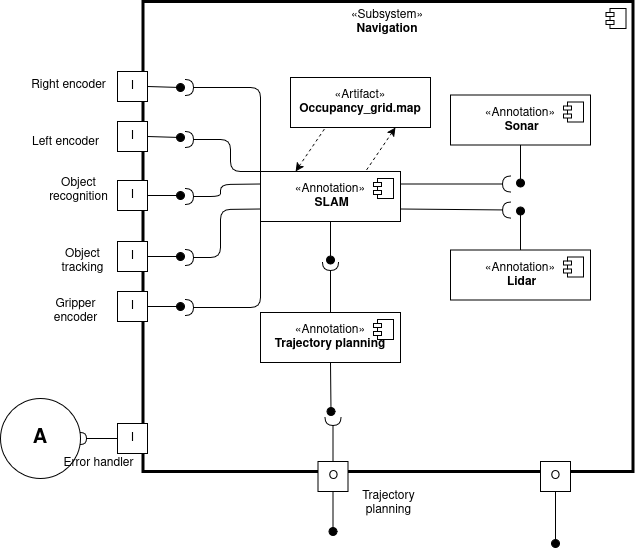
Earlier version of the draw.io export docs/source/_static/navigation.png (AlessandroMangili/Assignment_Cogar_group_I). Source tidied: cells renumbered, new cells last; positions are measured from the earlier drawing's top-left corner, leaving out a move shared by most shapes.
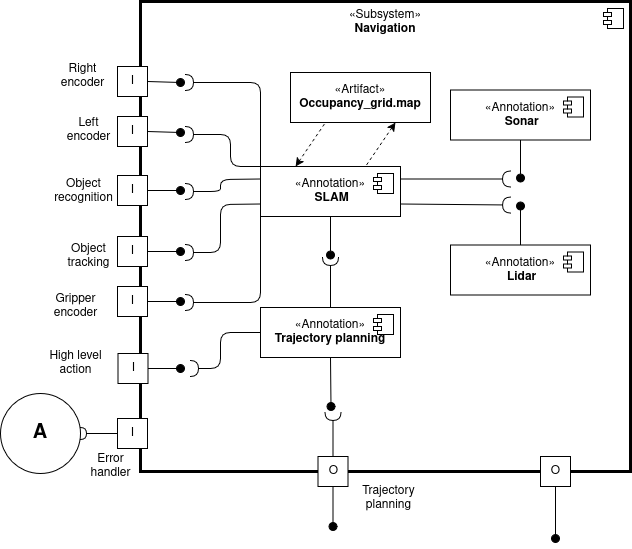
Later version of the same file.

Diff of the diagram source:
```diff
@@ -3,7 +3,7 @@
     <mxCell id="0" />
     <mxCell id="1" parent="0" />
     <mxCell id="2" value="«Subsystem»&lt;br&gt;&lt;div&gt;&lt;b&gt;Navigation&lt;/b&gt;&lt;/div&gt;&lt;div&gt;&lt;b&gt;&lt;br&gt;&lt;/b&gt;&lt;/div&gt;" style="html=1;whiteSpace=wrap;fillColor=none;align=center;verticalAlign=top;strokeWidth=3;" parent="1" vertex="1">
-      <mxGeometry x="142.5" width="490" height="470" as="geometry" />
+      <mxGeometry x="140" y="5" width="490" height="470" as="geometry" />
     </mxCell>
     <mxCell id="3" style="shape=module;jettyWidth=8;jettyHeight=4;" parent="2" vertex="1">
       <mxGeometry x="1" width="20" height="20" relative="1" as="geometry">
@@ -87,138 +87,158 @@
     <mxCell id="24" value="Trajectory&lt;div&gt;planning&lt;/div&gt;" style="text;html=1;align=center;verticalAlign=middle;strokeColor=none;fillColor=none;flipV=0;" parent="1" vertex="1">
       <mxGeometry x="347.5" y="482" width="80" height="40" as="geometry" />
     </mxCell>
-    <mxCell id="25" style="edgeStyle=none;html=1;endArrow=halfCircle;endFill=0;exitX=1;exitY=0.25;exitDx=0;exitDy=0;" parent="1" edge="1" source="4">
-      <mxGeometry relative="1" as="geometry">
-        <mxPoint x="510" y="182.5" as="targetPoint" />
-      </mxGeometry>
+    <mxCell id="25" value="I" style="html=1;rounded=0;direction=west;flipV=1;flipH=0;" parent="1" vertex="1">
+      <mxGeometry x="117.5" y="357" width="30" height="30" as="geometry" />
     </mxCell>
-    <mxCell id="26" style="edgeStyle=none;html=1;endArrow=halfCircle;endFill=0;exitX=1;exitY=0.75;exitDx=0;exitDy=0;" parent="1" edge="1" source="4">
+    <mxCell id="26" style="edgeStyle=none;html=1;endArrow=halfCircle;endFill=0;exitX=1;exitY=0.25;exitDx=0;exitDy=0;" parent="1" edge="1" source="4">
       <mxGeometry relative="1" as="geometry">
-        <mxPoint x="510" y="208.5" as="targetPoint" />
+        <mxPoint x="510" y="182.5" as="targetPoint" />
       </mxGeometry>
     </mxCell>
-    <mxCell id="27" style="edgeStyle=none;html=1;endArrow=oval;endFill=1;exitX=0.5;exitY=1;exitDx=0;exitDy=0;endSize=8;" parent="1" edge="1" source="4">
+    <mxCell id="27" style="edgeStyle=none;html=1;endArrow=halfCircle;endFill=0;exitX=1;exitY=0.75;exitDx=0;exitDy=0;" parent="1" edge="1" source="4">
       <mxGeometry relative="1" as="geometry">
-        <mxPoint x="330" y="258.5" as="targetPoint" />
+        <mxPoint x="510" y="208.5" as="targetPoint" />
       </mxGeometry>
     </mxCell>
-    <mxCell id="28" style="edgeStyle=none;html=1;endArrow=oval;endFill=1;exitX=0.5;exitY=1;exitDx=0;exitDy=0;endSize=8;" parent="1" edge="1" source="10">
+    <mxCell id="28" style="edgeStyle=none;html=1;endArrow=oval;endFill=1;exitX=0.5;exitY=1;exitDx=0;exitDy=0;endSize=8;" parent="1" edge="1" source="4">
       <mxGeometry relative="1" as="geometry">
-        <mxPoint x="330.5" y="410" as="targetPoint" />
+        <mxPoint x="330" y="258.5" as="targetPoint" />
       </mxGeometry>
     </mxCell>
-    <mxCell id="29" style="edgeStyle=none;html=1;endArrow=oval;endFill=1;exitX=1;exitY=0.5;exitDx=0;exitDy=0;endSize=8;" parent="1" edge="1" source="21">
+    <mxCell id="29" style="edgeStyle=none;html=1;endArrow=oval;endFill=1;exitX=0.5;exitY=1;exitDx=0;exitDy=0;endSize=8;" parent="1" edge="1" source="10">
       <mxGeometry relative="1" as="geometry">
-        <mxPoint x="180" y="86" as="targetPoint" />
+        <mxPoint x="330.5" y="410" as="targetPoint" />
       </mxGeometry>
     </mxCell>
-    <mxCell id="30" style="edgeStyle=none;html=1;endArrow=oval;endFill=1;exitX=1;exitY=0.5;exitDx=0;exitDy=0;endSize=8;" parent="1" edge="1" source="20">
+    <mxCell id="30" style="edgeStyle=none;html=1;endArrow=oval;endFill=1;exitX=1;exitY=0.5;exitDx=0;exitDy=0;endSize=8;" parent="1" edge="1" source="21">
       <mxGeometry relative="1" as="geometry">
-        <mxPoint x="180" y="136" as="targetPoint" />
+        <mxPoint x="180" y="86" as="targetPoint" />
       </mxGeometry>
     </mxCell>
-    <mxCell id="31" style="edgeStyle=none;html=1;endArrow=oval;endFill=1;exitX=1;exitY=0.5;exitDx=0;exitDy=0;endSize=8;" parent="1" edge="1" source="19">
+    <mxCell id="31" style="edgeStyle=none;html=1;endArrow=oval;endFill=1;exitX=1;exitY=0.5;exitDx=0;exitDy=0;endSize=8;" parent="1" edge="1" source="20">
       <mxGeometry relative="1" as="geometry">
-        <mxPoint x="180" y="194" as="targetPoint" />
+        <mxPoint x="180" y="136" as="targetPoint" />
       </mxGeometry>
     </mxCell>
-    <mxCell id="32" style="edgeStyle=none;html=1;endArrow=oval;endFill=1;exitX=1;exitY=0.5;exitDx=0;exitDy=0;endSize=8;" parent="1" edge="1" source="22">
+    <mxCell id="32" style="edgeStyle=none;html=1;endArrow=oval;endFill=1;exitX=1;exitY=0.5;exitDx=0;exitDy=0;endSize=8;" parent="1" edge="1" source="19">
       <mxGeometry relative="1" as="geometry">
-        <mxPoint x="180" y="255" as="targetPoint" />
+        <mxPoint x="180" y="194" as="targetPoint" />
       </mxGeometry>
     </mxCell>
-    <mxCell id="33" style="edgeStyle=none;html=1;endArrow=oval;endFill=1;exitX=1;exitY=0.5;exitDx=0;exitDy=0;endSize=8;" parent="1" edge="1" source="23">
+    <mxCell id="33" style="edgeStyle=none;html=1;endArrow=oval;endFill=1;exitX=1;exitY=0.5;exitDx=0;exitDy=0;endSize=8;" parent="1" edge="1" source="22">
       <mxGeometry relative="1" as="geometry">
-        <mxPoint x="180" y="305" as="targetPoint" />
+        <mxPoint x="180" y="255" as="targetPoint" />
       </mxGeometry>
     </mxCell>
-    <mxCell id="34" style="edgeStyle=none;html=1;endArrow=halfCircle;endFill=0;exitX=0;exitY=0;exitDx=0;exitDy=0;" parent="1" edge="1" source="4">
+    <mxCell id="34" style="edgeStyle=none;html=1;endArrow=oval;endFill=1;exitX=1;exitY=0.5;exitDx=0;exitDy=0;endSize=8;" parent="1" edge="1" source="23">
       <mxGeometry relative="1" as="geometry">
-        <mxPoint x="185" y="86" as="targetPoint" />
-        <Array as="points">
-          <mxPoint x="260" y="86" />
-        </Array>
+        <mxPoint x="180" y="305" as="targetPoint" />
       </mxGeometry>
     </mxCell>
     <mxCell id="35" style="edgeStyle=none;html=1;endArrow=halfCircle;endFill=0;exitX=0;exitY=0;exitDx=0;exitDy=0;" parent="1" edge="1" source="4">
       <mxGeometry relative="1" as="geometry">
-        <mxPoint x="185" y="138" as="targetPoint" />
+        <mxPoint x="185" y="86" as="targetPoint" />
         <Array as="points">
-          <mxPoint x="230" y="170" />
-          <mxPoint x="230" y="138" />
+          <mxPoint x="260" y="86" />
         </Array>
       </mxGeometry>
     </mxCell>
-    <mxCell id="36" style="edgeStyle=none;html=1;endArrow=halfCircle;endFill=0;exitX=0;exitY=0.25;exitDx=0;exitDy=0;" parent="1" edge="1" source="4">
+    <mxCell id="36" style="edgeStyle=none;html=1;endArrow=halfCircle;endFill=0;exitX=0;exitY=0;exitDx=0;exitDy=0;" parent="1" edge="1" source="4">
       <mxGeometry relative="1" as="geometry">
-        <mxPoint x="185" y="195" as="targetPoint" />
+        <mxPoint x="185" y="138" as="targetPoint" />
         <Array as="points">
-          <mxPoint x="220" y="183" />
-          <mxPoint x="220" y="195" />
+          <mxPoint x="230" y="170" />
+          <mxPoint x="230" y="138" />
         </Array>
       </mxGeometry>
     </mxCell>
-    <mxCell id="37" style="edgeStyle=none;html=1;endArrow=halfCircle;endFill=0;exitX=0;exitY=0.75;exitDx=0;exitDy=0;" parent="1" edge="1" source="4">
+    <mxCell id="37" style="edgeStyle=none;html=1;endArrow=halfCircle;endFill=0;exitX=0;exitY=0.25;exitDx=0;exitDy=0;" parent="1" edge="1" source="4">
       <mxGeometry relative="1" as="geometry">
-        <mxPoint x="185" y="256" as="targetPoint" />
+        <mxPoint x="185" y="195" as="targetPoint" />
         <Array as="points">
-          <mxPoint x="220" y="208" />
-          <mxPoint x="220" y="256" />
+          <mxPoint x="220" y="183" />
+          <mxPoint x="220" y="195" />
         </Array>
       </mxGeometry>
     </mxCell>
-    <mxCell id="38" style="edgeStyle=none;html=1;endArrow=halfCircle;endFill=0;exitX=0;exitY=1;exitDx=0;exitDy=0;" parent="1" edge="1" source="4">
+    <mxCell id="38" style="edgeStyle=none;html=1;endArrow=halfCircle;endFill=0;exitX=0;exitY=0.75;exitDx=0;exitDy=0;" parent="1" edge="1" source="4">
       <mxGeometry relative="1" as="geometry">
-        <mxPoint x="185" y="306" as="targetPoint" />
+        <mxPoint x="185" y="256" as="targetPoint" />
         <Array as="points">
-          <mxPoint x="260" y="306" />
+          <mxPoint x="220" y="208" />
+          <mxPoint x="220" y="256" />
         </Array>
       </mxGeometry>
     </mxCell>
-    <mxCell id="39" style="edgeStyle=none;html=1;endArrow=halfCircle;endFill=0;exitX=0.5;exitY=0;exitDx=0;exitDy=0;" parent="1" edge="1" source="13">
+    <mxCell id="39" style="edgeStyle=none;html=1;endArrow=halfCircle;endFill=0;exitX=0;exitY=1;exitDx=0;exitDy=0;" parent="1" edge="1" source="4">
       <mxGeometry relative="1" as="geometry">
-        <mxPoint x="332.5" y="416" as="targetPoint" />
+        <mxPoint x="185" y="306" as="targetPoint" />
+        <Array as="points">
+          <mxPoint x="260" y="306" />
+        </Array>
       </mxGeometry>
     </mxCell>
-    <mxCell id="40" style="edgeStyle=none;html=1;endArrow=oval;endFill=1;exitX=0.5;exitY=1;exitDx=0;exitDy=0;endSize=8;" parent="1" edge="1" source="13">
+    <mxCell id="40" style="edgeStyle=none;html=1;endArrow=halfCircle;endFill=0;exitX=0.5;exitY=0;exitDx=0;exitDy=0;" parent="1" edge="1" source="13">
       <mxGeometry relative="1" as="geometry">
-        <mxPoint x="332.5" y="530" as="targetPoint" />
+        <mxPoint x="332.5" y="416" as="targetPoint" />
       </mxGeometry>
     </mxCell>
-    <mxCell id="41" value="O" style="html=1;rounded=0;direction=east;flipV=0;flipH=0;" parent="1" vertex="1">
-      <mxGeometry x="540" y="460" width="30" height="30" as="geometry" />
+    <mxCell id="41" style="edgeStyle=none;html=1;endArrow=oval;endFill=1;exitX=0.5;exitY=1;exitDx=0;exitDy=0;endSize=8;" parent="1" edge="1" source="13">
+      <mxGeometry relative="1" as="geometry">
+        <mxPoint x="332.5" y="530" as="targetPoint" />
+      </mxGeometry>
     </mxCell>
-    <mxCell id="42" style="edgeStyle=none;html=1;endArrow=oval;endFill=1;exitX=0.5;exitY=1;exitDx=0;exitDy=0;endSize=8;" parent="1" edge="1" source="41">
-      <mxGeometry relative="1" as="geometry">
-        <mxPoint x="555" y="542" as="targetPoint" />
-      </mxGeometry>
+    <mxCell id="42" value="O" style="html=1;rounded=0;direction=east;flipV=0;flipH=0;" parent="1" vertex="1">
+      <mxGeometry x="540" y="460" width="30" height="30" as="geometry" />
     </mxCell>
-    <mxCell id="43" value="I" style="html=1;rounded=0;direction=west;flipV=1;flipH=0;" parent="1" vertex="1">
-      <mxGeometry x="117" y="422" width="30" height="30" as="geometry" />
+    <mxCell id="43" style="edgeStyle=none;html=1;endArrow=oval;endFill=1;exitX=0.5;exitY=1;exitDx=0;exitDy=0;endSize=8;" parent="1" edge="1" source="42">
+      <mxGeometry relative="1" as="geometry">
+        <mxPoint x="555" y="542" as="targetPoint" />
+      </mxGeometry>
     </mxCell>
-    <mxCell id="44" value="&lt;b&gt;A&lt;/b&gt;" style="ellipse;whiteSpace=wrap;html=1;fontSize=20;" parent="1" vertex="1">
-      <mxGeometry y="397" width="80" height="80" as="geometry" />
+    <mxCell id="44" value="I" style="html=1;rounded=0;direction=west;flipV=1;flipH=0;" parent="1" vertex="1">
+      <mxGeometry x="117" y="422" width="30" height="30" as="geometry" />
     </mxCell>
-    <mxCell id="45" style="html=1;verticalAlign=bottom;labelBackgroundColor=none;endArrow=halfCircle;endFill=0;endSize=4;exitX=1;exitY=0.5;exitDx=0;exitDy=0;entryX=1;entryY=0.5;entryDx=0;entryDy=0;" parent="1" edge="1" source="43" target="44">
-      <mxGeometry relative="1" as="geometry" />
+    <mxCell id="45" value="&lt;b&gt;A&lt;/b&gt;" style="ellipse;whiteSpace=wrap;html=1;fontSize=20;" parent="1" vertex="1">
+      <mxGeometry y="397" width="80" height="80" as="geometry" />
     </mxCell>
-    <mxCell id="46" value="&lt;div&gt;Error handler&lt;/div&gt;" style="text;html=1;align=center;verticalAlign=middle;strokeColor=none;fillColor=none;" parent="1" vertex="1">
-      <mxGeometry x="52.5" y="447" width="90" height="30" as="geometry" />
+    <mxCell id="46" style="html=1;verticalAlign=bottom;labelBackgroundColor=none;endArrow=halfCircle;endFill=0;endSize=4;exitX=1;exitY=0.5;exitDx=0;exitDy=0;entryX=1;entryY=0.5;entryDx=0;entryDy=0;" parent="1" edge="1" source="44" target="45">
+      <mxGeometry relative="1" as="geometry" />
     </mxCell>
-    <mxCell id="47" value="Right encoder" style="text;html=1;align=center;verticalAlign=middle;strokeColor=none;fillColor=none;" parent="1" vertex="1">
-      <mxGeometry x="17.5" y="68.9" width="100" height="30" as="geometry" />
+    <mxCell id="47" value="&lt;div&gt;Error&lt;/div&gt;&lt;div&gt;handler&lt;/div&gt;" style="text;html=1;align=center;verticalAlign=middle;strokeColor=none;fillColor=none;" parent="1" vertex="1">
+      <mxGeometry x="80" y="450" width="60" height="40" as="geometry" />
     </mxCell>
-    <mxCell id="48" value="Left encoder" style="text;html=1;align=center;verticalAlign=middle;strokeColor=none;fillColor=none;" parent="1" vertex="1">
-      <mxGeometry x="20" y="126" width="90" height="30" as="geometry" />
+    <mxCell id="48" value="&lt;div&gt;Right&lt;/div&gt;&lt;div&gt;encoder&lt;/div&gt;" style="text;html=1;align=center;verticalAlign=middle;strokeColor=none;fillColor=none;" parent="1" vertex="1">
+      <mxGeometry x="47" y="60" width="70" height="40" as="geometry" />
     </mxCell>
-    <mxCell id="49" value="Object&lt;div&gt;tracking&lt;/div&gt;" style="text;html=1;align=center;verticalAlign=middle;strokeColor=none;fillColor=none;" parent="1" vertex="1">
-      <mxGeometry x="47" y="240" width="70" height="40" as="geometry" />
+    <mxCell id="49" value="&lt;div&gt;Left&lt;/div&gt;&lt;div&gt;encoder&lt;/div&gt;" style="text;html=1;align=center;verticalAlign=middle;strokeColor=none;fillColor=none;" parent="1" vertex="1">
+      <mxGeometry x="52.5" y="113.5" width="70" height="40" as="geometry" />
     </mxCell>
-    <mxCell id="50" value="Object&lt;div&gt;recognition&lt;/div&gt;" style="text;html=1;align=center;verticalAlign=middle;strokeColor=none;fillColor=none;" parent="1" vertex="1">
-      <mxGeometry x="37.5" y="169" width="80" height="40" as="geometry" />
+    <mxCell id="50" value="Object&lt;div&gt;tracking&lt;/div&gt;" style="text;html=1;align=center;verticalAlign=middle;strokeColor=none;fillColor=none;" parent="1" vertex="1">
+      <mxGeometry x="52.5" y="240" width="70" height="40" as="geometry" />
     </mxCell>
-    <mxCell id="51" value="Gripper&lt;div&gt;encoder&lt;/div&gt;" style="text;html=1;align=center;verticalAlign=middle;strokeColor=none;fillColor=none;" parent="1" vertex="1">
-      <mxGeometry x="40" y="290" width="70" height="40" as="geometry" />
+    <mxCell id="51" value="Object&lt;div&gt;recognition&lt;/div&gt;" style="text;html=1;align=center;verticalAlign=middle;strokeColor=none;fillColor=none;" parent="1" vertex="1">
+      <mxGeometry x="42.5" y="175" width="80" height="40" as="geometry" />
     </mxCell>
+    <mxCell id="52" value="Gripper&lt;div&gt;encoder&lt;/div&gt;" style="text;html=1;align=center;verticalAlign=middle;strokeColor=none;fillColor=none;" parent="1" vertex="1">
+      <mxGeometry x="40" y="290" width="70" height="40" as="geometry" />
+    </mxCell>
+    <mxCell id="53" style="edgeStyle=none;html=1;endArrow=oval;endFill=1;exitX=0;exitY=0.5;exitDx=0;exitDy=0;endSize=8;" parent="1" edge="1" source="25">
+      <mxGeometry relative="1" as="geometry">
+        <mxPoint x="180" y="372" as="targetPoint" />
+      </mxGeometry>
+    </mxCell>
+    <mxCell id="54" style="edgeStyle=none;html=1;endArrow=halfCircle;endFill=0;exitX=0;exitY=0.5;exitDx=0;exitDy=0;" parent="1" edge="1" source="10">
+      <mxGeometry relative="1" as="geometry">
+        <mxPoint x="190" y="372" as="targetPoint" />
+        <Array as="points">
+          <mxPoint x="220" y="336" />
+          <mxPoint x="220" y="372" />
+        </Array>
+      </mxGeometry>
+    </mxCell>
+    <mxCell id="55" value="&lt;div&gt;High level&lt;/div&gt;&lt;div&gt;action&lt;/div&gt;" style="text;html=1;align=center;verticalAlign=middle;strokeColor=none;fillColor=none;" parent="1" vertex="1">
+      <mxGeometry x="35" y="347" width="80" height="40" as="geometry" />
+    </mxCell>
   </root>
 </mxGraphModel>
```
